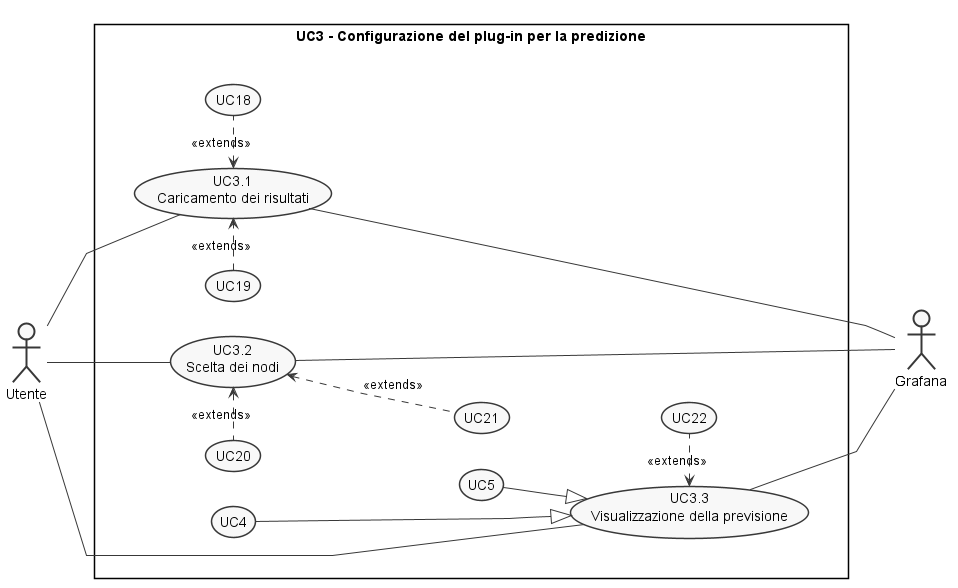
Above: esterni/analisi-dei-requisiti/components/casi-duso/diagrams/out/uc3.png in sofiabononi/project-docs (PlantUML), before the change.
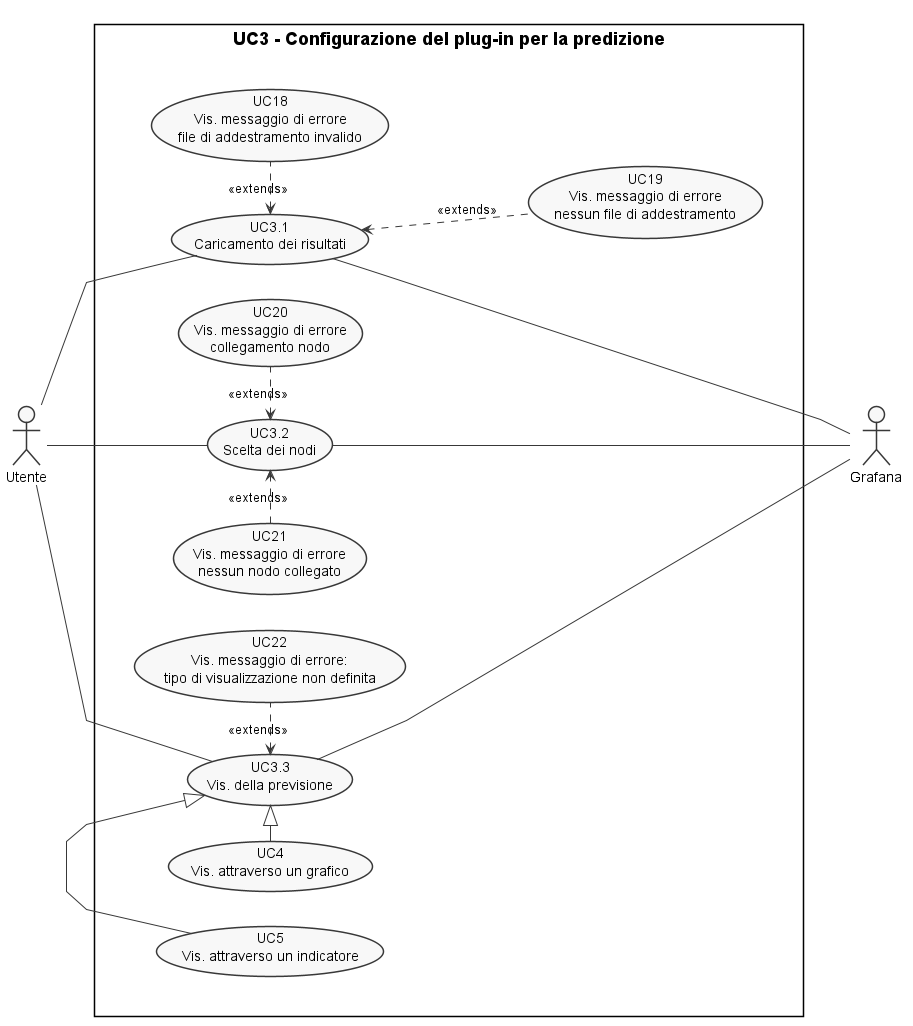
The same file after the commit.

Change to the diagram source:
```diff
@@ -1,11 +1,7 @@
 @startuml uc3
-left to right direction
-skinparam {
-  Monochrome true
-  Linetype polyline
-  Shadowing false
-}
+!include ../style.pu
 
+skinparam RectangleFontSize 18
 
 actor :Utente: as A
 actor :Grafana: as A1
@@ -14,17 +10,17 @@
   together {
   usecase (UC3.1) as "UC3.1\n Caricamento dei risultati"
   usecase (UC3.2) as "UC3.2\n Scelta dei nodi"
-  usecase (UC3.3) as "UC3.3\n Visualizzazione della previsione"
+  usecase (UC3.3) as "UC3.3\n Vis. della previsione"
 
-  usecase (UC18)
-  usecase (UC19)
+  usecase (UC18) as "UC18\n Vis. messaggio di errore \n file di addestramento invalido"
+  usecase (UC19) as "UC19\n Vis. messaggio di errore \n nessun file di addestramento"
 
-  usecase (UC20)
-  usecase (UC21)
+  usecase (UC20) as "UC20\n Vis. messaggio di errore \n collegamento nodo"
+  usecase (UC21) as "UC21\n Vis. messaggio di errore \n nessun nodo collegato"
 
-  usecase (UC4)
-  usecase (UC5)
-  usecase (UC22)
+  usecase (UC4) as "UC4\n Vis. attraverso un grafico"
+  usecase (UC5) as "UC5\n Vis. attraverso un indicatore"
+  usecase (UC22) as "UC22\n Vis. messaggio di errore: \n tipo di visualizzazione non definita"
   }
 }
 
@@ -33,21 +29,19 @@
 :A: -- (UC3.3)
 (UC3.1) --- :A1:
 (UC3.2) --- :A1:
-(UC3.3) -- :A1:
+(UC3.3) --- :A1:
 
 (UC3.1) <. (UC18) : <<extends>>
-(UC3.1) <.left. (UC19) : <<extends>>
+(UC3.1) <. (UC19) : <<extends>>
+
+(UC18)-[hidden]-(UC19)
 
 (UC3.2) <. (UC20) : <<extends>>
-(UC3.2) <. (UC21) : <<extends>>
-
-(UC20)-[hidden]-(UC21)
+(UC3.2) <.left. (UC21) : <<extends>>
 
 (UC3.3) <. (UC22) : <<extends>>
 (UC3.3) <|-left- (UC4)
-(UC3.3) <|-up- (UC5)
-
-(UC4)-[hidden]-(UC5)
+(UC3.3) <|-left- (UC5)
 
 
 @endluml
```
